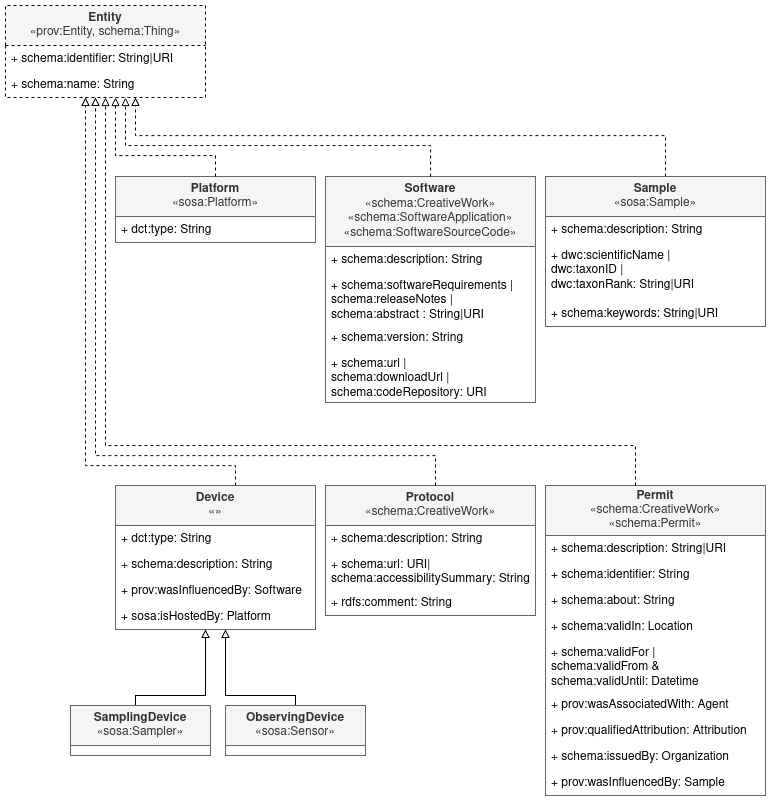
vliz-be-opsci/embrc-prov-model keeps this draw.io diagram as implementations/RDF/diagrams/entity_classes_RDFimplementation.png. Above is the earlier version. Source tidied: cells renumbered, new cells last; positions are measured from the earlier drawing's top-left corner, leaving out a move shared by most shapes. Its diagram source:
```xml
<mxGraphModel>
  <root>
    <mxCell id="0" />
    <mxCell id="1" parent="0" />
    <mxCell id="2" value="&lt;div&gt;Entity&lt;/div&gt;&lt;div&gt;&lt;span style=&quot;font-weight: normal;&quot;&gt;«prov:Entity, schema:Thing»&lt;/span&gt;&lt;/div&gt;" style="swimlane;fontStyle=1;horizontal=1;startSize=40;fillColor=#f5f5f5;whiteSpace=wrap;html=1;fontColor=#333333;strokeColor=#000000;dashed=1;" parent="1" vertex="1">
      <mxGeometry width="200" height="92" as="geometry" />
    </mxCell>
    <mxCell id="3" value="+ schema:identifier: String|URI" style="text;strokeColor=none;fillColor=none;align=left;verticalAlign=top;spacingLeft=4;spacingRight=4;overflow=hidden;whiteSpace=wrap;html=1;" parent="2" vertex="1">
      <mxGeometry y="40" width="200" height="26" as="geometry" />
    </mxCell>
    <mxCell id="4" value="+ schema:name: String" style="text;strokeColor=none;fillColor=none;align=left;verticalAlign=top;spacingLeft=4;spacingRight=4;overflow=hidden;whiteSpace=wrap;html=1;" parent="2" vertex="1">
      <mxGeometry y="66" width="200" height="26" as="geometry" />
    </mxCell>
    <mxCell id="5" value="&lt;div&gt;Platform&lt;/div&gt;&lt;span style=&quot;font-weight: normal;&quot;&gt;«sosa:Platform&lt;/span&gt;&lt;span style=&quot;font-weight: normal;&quot;&gt;»&lt;/span&gt;" style="swimlane;fontStyle=1;horizontal=1;startSize=40;fillColor=#f5f5f5;whiteSpace=wrap;html=1;strokeColor=#666666;fontColor=#333333;" parent="1" vertex="1">
      <mxGeometry x="110" y="171" width="200" height="66" as="geometry" />
    </mxCell>
    <mxCell id="6" value="+ dct:type: String" style="text;strokeColor=none;fillColor=none;align=left;verticalAlign=top;spacingLeft=4;spacingRight=4;overflow=hidden;whiteSpace=wrap;html=1;" parent="5" vertex="1">
      <mxGeometry y="40" width="200" height="26" as="geometry" />
    </mxCell>
    <mxCell id="7" value="&lt;div&gt;Software&lt;/div&gt;&lt;div&gt;&lt;span style=&quot;font-weight: normal;&quot;&gt;«schema:CreativeWork&lt;/span&gt;&lt;span style=&quot;font-weight: normal;&quot;&gt;»&lt;/span&gt;&lt;/div&gt;&lt;div&gt;&lt;span style=&quot;font-weight: normal;&quot;&gt;«schema:SoftwareApplication&lt;/span&gt;&lt;span style=&quot;font-weight: normal;&quot;&gt;»&lt;/span&gt;&lt;/div&gt;&lt;div&gt;&lt;span style=&quot;font-weight: normal;&quot;&gt;«schema:SoftwareSourceCode&lt;/span&gt;&lt;span style=&quot;font-weight: normal;&quot;&gt;»&lt;/span&gt;&lt;/div&gt;" style="swimlane;fontStyle=1;horizontal=1;startSize=70;fillColor=#f5f5f5;whiteSpace=wrap;html=1;strokeColor=#666666;fontColor=#333333;" parent="1" vertex="1">
      <mxGeometry x="320" y="171" width="210" height="226" as="geometry" />
    </mxCell>
    <mxCell id="8" value="+ schema:description: String" style="text;strokeColor=none;fillColor=none;align=left;verticalAlign=top;spacingLeft=4;spacingRight=4;overflow=hidden;whiteSpace=wrap;html=1;" parent="7" vertex="1">
      <mxGeometry y="70" width="210" height="26" as="geometry" />
    </mxCell>
    <mxCell id="9" value="+&amp;nbsp;schema:softwareRequirements | schema:releaseNotes | schema:abstract : String|URI" style="text;strokeColor=none;fillColor=none;align=left;verticalAlign=top;spacingLeft=4;spacingRight=4;overflow=hidden;whiteSpace=wrap;html=1;" parent="7" vertex="1">
      <mxGeometry y="96" width="210" height="52" as="geometry" />
    </mxCell>
    <mxCell id="10" value="+ schema:version: String" style="text;strokeColor=none;fillColor=none;align=left;verticalAlign=top;spacingLeft=4;spacingRight=4;overflow=hidden;whiteSpace=wrap;html=1;" parent="7" vertex="1">
      <mxGeometry y="148" width="210" height="26" as="geometry" />
    </mxCell>
    <mxCell id="11" value="+&amp;nbsp;schema:url |&lt;br&gt;schema:downloadUrl |&lt;br&gt;schema:codeRepository: URI" style="text;strokeColor=none;fillColor=none;align=left;verticalAlign=top;spacingLeft=4;spacingRight=4;overflow=hidden;whiteSpace=wrap;html=1;" parent="7" vertex="1">
      <mxGeometry y="174" width="210" height="52" as="geometry" />
    </mxCell>
    <mxCell id="12" style="edgeStyle=orthogonalEdgeStyle;rounded=0;jettySize=auto;html=1;endArrow=block;endFill=0;dashed=1;" parent="1" edge="1" source="13" target="2">
      <mxGeometry relative="1" as="geometry">
        <Array as="points">
          <mxPoint x="660" y="130" />
          <mxPoint x="130" y="130" />
        </Array>
      </mxGeometry>
    </mxCell>
    <mxCell id="13" value="&lt;div&gt;Sample&lt;/div&gt;&lt;span style=&quot;font-weight: normal;&quot;&gt;«sosa:Sample&lt;/span&gt;&lt;span style=&quot;font-weight: normal;&quot;&gt;»&lt;/span&gt;" style="swimlane;fontStyle=1;horizontal=1;startSize=40;fillColor=#f5f5f5;whiteSpace=wrap;html=1;strokeColor=#666666;fontColor=#333333;" parent="1" vertex="1">
      <mxGeometry x="540" y="171" width="220" height="150" as="geometry" />
    </mxCell>
    <mxCell id="14" value="+ schema:description: String" style="text;strokeColor=none;fillColor=none;align=left;verticalAlign=top;spacingLeft=4;spacingRight=4;overflow=hidden;whiteSpace=wrap;html=1;" parent="13" vertex="1">
      <mxGeometry y="40" width="220" height="26" as="geometry" />
    </mxCell>
    <mxCell id="15" value="+ dwc:scientificName |&lt;br&gt;dwc:taxonID | &lt;br&gt;dwc:taxonRank: String|URI" style="text;strokeColor=none;fillColor=none;align=left;verticalAlign=top;spacingLeft=4;spacingRight=4;overflow=hidden;whiteSpace=wrap;html=1;" parent="13" vertex="1">
      <mxGeometry y="66" width="220" height="58" as="geometry" />
    </mxCell>
    <mxCell id="16" value="+ schema:keywords: String|URI" style="text;strokeColor=none;fillColor=none;align=left;verticalAlign=top;spacingLeft=4;spacingRight=4;overflow=hidden;whiteSpace=wrap;html=1;" parent="13" vertex="1">
      <mxGeometry y="124" width="220" height="26" as="geometry" />
    </mxCell>
    <mxCell id="17" style="edgeStyle=orthogonalEdgeStyle;rounded=0;jettySize=auto;html=1;endArrow=block;endFill=0;dashed=1;" parent="1" edge="1" source="18" target="2">
      <mxGeometry relative="1" as="geometry">
        <Array as="points">
          <mxPoint x="230" y="460" />
          <mxPoint x="80" y="460" />
        </Array>
      </mxGeometry>
    </mxCell>
    <mxCell id="18" value="&lt;div&gt;Device&lt;/div&gt;&lt;span style=&quot;font-weight: normal;&quot;&gt;«&lt;/span&gt;&lt;span style=&quot;font-weight: normal;&quot;&gt;»&lt;/span&gt;" style="swimlane;fontStyle=1;horizontal=1;startSize=40;fillColor=#f5f5f5;whiteSpace=wrap;html=1;strokeColor=#666666;fontColor=#333333;" parent="1" vertex="1">
      <mxGeometry x="110" y="480" width="200" height="144" as="geometry" />
    </mxCell>
    <mxCell id="19" value="+ dct:type: String" style="text;strokeColor=none;fillColor=none;align=left;verticalAlign=top;spacingLeft=4;spacingRight=4;overflow=hidden;whiteSpace=wrap;html=1;" parent="18" vertex="1">
      <mxGeometry y="40" width="200" height="26" as="geometry" />
    </mxCell>
    <mxCell id="20" value="+ schema:description: String" style="text;strokeColor=none;fillColor=none;align=left;verticalAlign=top;spacingLeft=4;spacingRight=4;overflow=hidden;whiteSpace=wrap;html=1;" parent="18" vertex="1">
      <mxGeometry y="66" width="200" height="26" as="geometry" />
    </mxCell>
    <mxCell id="21" value="+ prov:wasInfluencedBy: Software" style="text;strokeColor=none;fillColor=none;align=left;verticalAlign=top;spacingLeft=4;spacingRight=4;overflow=hidden;whiteSpace=wrap;html=1;" parent="18" vertex="1">
      <mxGeometry y="92" width="200" height="26" as="geometry" />
    </mxCell>
    <mxCell id="22" value="+ sosa:isHostedBy: Platform" style="text;strokeColor=none;fillColor=none;align=left;verticalAlign=top;spacingLeft=4;spacingRight=4;overflow=hidden;whiteSpace=wrap;html=1;" parent="18" vertex="1">
      <mxGeometry y="118" width="200" height="26" as="geometry" />
    </mxCell>
    <mxCell id="23" style="edgeStyle=orthogonalEdgeStyle;rounded=0;jettySize=auto;html=1;endArrow=block;endFill=0;" parent="1" edge="1" source="24" target="18">
      <mxGeometry relative="1" as="geometry">
        <Array as="points">
          <mxPoint x="130" y="690" />
          <mxPoint x="200" y="690" />
        </Array>
      </mxGeometry>
    </mxCell>
    <mxCell id="24" value="&lt;div&gt;SamplingDevice&lt;/div&gt;&lt;span style=&quot;font-weight: normal;&quot;&gt;«&lt;/span&gt;&lt;span style=&quot;font-weight: normal;&quot;&gt;sosa:Sampler»&lt;/span&gt;" style="swimlane;fontStyle=1;horizontal=1;startSize=40;fillColor=#f5f5f5;whiteSpace=wrap;html=1;strokeColor=#666666;fontColor=#333333;" parent="1" vertex="1">
      <mxGeometry x="65" y="700" width="140" height="50" as="geometry" />
    </mxCell>
    <mxCell id="25" style="edgeStyle=orthogonalEdgeStyle;rounded=0;jettySize=auto;html=1;endArrow=block;endFill=0;" parent="1" edge="1" source="26" target="18">
      <mxGeometry relative="1" as="geometry">
        <Array as="points">
          <mxPoint x="290" y="690" />
          <mxPoint x="220" y="690" />
        </Array>
      </mxGeometry>
    </mxCell>
    <mxCell id="26" value="&lt;div&gt;ObservingDevice&lt;/div&gt;&lt;span style=&quot;font-weight: normal;&quot;&gt;«&lt;/span&gt;&lt;span style=&quot;font-weight: normal;&quot;&gt;sosa:Sensor»&lt;/span&gt;" style="swimlane;fontStyle=1;horizontal=1;startSize=40;fillColor=#f5f5f5;whiteSpace=wrap;html=1;strokeColor=#666666;fontColor=#333333;" parent="1" vertex="1">
      <mxGeometry x="220" y="700" width="140" height="50" as="geometry" />
    </mxCell>
    <mxCell id="27" value="&lt;div&gt;Protocol&lt;/div&gt;&lt;span style=&quot;font-weight: normal;&quot;&gt;«&lt;/span&gt;&lt;span style=&quot;font-weight: normal;&quot;&gt;schema:CreativeWork»&lt;/span&gt;" style="swimlane;fontStyle=1;horizontal=1;startSize=40;fillColor=#f5f5f5;whiteSpace=wrap;html=1;strokeColor=#666666;fontColor=#333333;" parent="1" vertex="1">
      <mxGeometry x="320" y="480" width="210" height="130" as="geometry" />
    </mxCell>
    <mxCell id="28" value="+ schema:description: String" style="text;strokeColor=none;fillColor=none;align=left;verticalAlign=top;spacingLeft=4;spacingRight=4;overflow=hidden;whiteSpace=wrap;html=1;" parent="27" vertex="1">
      <mxGeometry y="40" width="210" height="26" as="geometry" />
    </mxCell>
    <mxCell id="29" value="+ schema:url: URI| &lt;br&gt;schema:accessibilitySummary: String" style="text;strokeColor=none;fillColor=none;align=left;verticalAlign=top;spacingLeft=4;spacingRight=4;overflow=hidden;whiteSpace=wrap;html=1;" parent="27" vertex="1">
      <mxGeometry y="66" width="210" height="38" as="geometry" />
    </mxCell>
    <mxCell id="30" value="+ rdfs:comment: String" style="text;strokeColor=none;fillColor=none;align=left;verticalAlign=top;spacingLeft=4;spacingRight=4;overflow=hidden;whiteSpace=wrap;html=1;" parent="27" vertex="1">
      <mxGeometry y="104" width="210" height="26" as="geometry" />
    </mxCell>
    <mxCell id="31" value="&lt;div&gt;Permit&lt;/div&gt;&lt;div&gt;&lt;span style=&quot;font-weight: normal;&quot;&gt;«&lt;/span&gt;&lt;span style=&quot;font-weight: normal;&quot;&gt;schema:CreativeWork»&lt;/span&gt;&lt;/div&gt;&lt;div&gt;&lt;span style=&quot;font-weight: normal;&quot;&gt;«&lt;/span&gt;&lt;span style=&quot;font-weight: normal;&quot;&gt;schema:Permit»&lt;/span&gt;&lt;/div&gt;" style="swimlane;fontStyle=1;horizontal=1;startSize=50;fillColor=#f5f5f5;whiteSpace=wrap;html=1;strokeColor=#666666;fontColor=#333333;" parent="1" vertex="1">
      <mxGeometry x="540" y="480" width="220" height="310" as="geometry" />
    </mxCell>
    <mxCell id="32" value="+ schema:description: String|URI" style="text;strokeColor=none;fillColor=none;align=left;verticalAlign=top;spacingLeft=4;spacingRight=4;overflow=hidden;whiteSpace=wrap;html=1;" parent="31" vertex="1">
      <mxGeometry y="50" width="220" height="26" as="geometry" />
    </mxCell>
    <mxCell id="33" value="+ schema:identifier: String" style="text;strokeColor=none;fillColor=none;align=left;verticalAlign=top;spacingLeft=4;spacingRight=4;overflow=hidden;whiteSpace=wrap;html=1;" parent="31" vertex="1">
      <mxGeometry y="76" width="220" height="26" as="geometry" />
    </mxCell>
    <mxCell id="34" value="+ schema:about: String" style="text;strokeColor=none;fillColor=none;align=left;verticalAlign=top;spacingLeft=4;spacingRight=4;overflow=hidden;whiteSpace=wrap;html=1;" parent="31" vertex="1">
      <mxGeometry y="102" width="220" height="26" as="geometry" />
    </mxCell>
    <mxCell id="35" value="+ schema:validIn: Location" style="text;align=left;verticalAlign=top;spacingLeft=4;spacingRight=4;overflow=hidden;whiteSpace=wrap;html=1;" parent="31" vertex="1">
      <mxGeometry y="128" width="220" height="26" as="geometry" />
    </mxCell>
    <mxCell id="36" value="+ schema:validFor |&lt;br&gt;schema:validFrom &amp;amp; &lt;br&gt;schema:validUntil: Datetime" style="text;strokeColor=none;fillColor=none;align=left;verticalAlign=top;spacingLeft=4;spacingRight=4;overflow=hidden;whiteSpace=wrap;html=1;" parent="31" vertex="1">
      <mxGeometry y="154" width="220" height="52" as="geometry" />
    </mxCell>
    <mxCell id="37" value="+ prov:wasAssociatedWith: Agent" style="text;strokeColor=none;fillColor=none;align=left;verticalAlign=top;spacingLeft=4;spacingRight=4;overflow=hidden;whiteSpace=wrap;html=1;" parent="31" vertex="1">
      <mxGeometry y="206" width="220" height="26" as="geometry" />
    </mxCell>
    <mxCell id="38" value="+ prov:qualifiedAttribution: Attribution" style="text;strokeColor=none;fillColor=none;align=left;verticalAlign=top;spacingLeft=4;spacingRight=4;overflow=hidden;whiteSpace=wrap;html=1;" parent="31" vertex="1">
      <mxGeometry y="232" width="220" height="26" as="geometry" />
    </mxCell>
    <mxCell id="39" value="+ schema:issuedBy: Organization" style="text;strokeColor=none;fillColor=none;align=left;verticalAlign=top;spacingLeft=4;spacingRight=4;overflow=hidden;whiteSpace=wrap;html=1;" parent="31" vertex="1">
      <mxGeometry y="258" width="220" height="26" as="geometry" />
    </mxCell>
    <mxCell id="40" value="+ prov:wasInfluencedBy: Sample" style="text;strokeColor=none;fillColor=none;align=left;verticalAlign=top;spacingLeft=4;spacingRight=4;overflow=hidden;whiteSpace=wrap;html=1;" parent="31" vertex="1">
      <mxGeometry y="284" width="220" height="26" as="geometry" />
    </mxCell>
    <mxCell id="41" style="edgeStyle=orthogonalEdgeStyle;rounded=0;jettySize=auto;html=1;endArrow=block;endFill=0;dashed=1;" parent="1" edge="1" source="27" target="2">
      <mxGeometry relative="1" as="geometry">
        <Array as="points">
          <mxPoint x="430" y="450" />
          <mxPoint x="90" y="450" />
        </Array>
      </mxGeometry>
    </mxCell>
    <mxCell id="42" style="edgeStyle=orthogonalEdgeStyle;rounded=0;jettySize=auto;html=1;endArrow=block;endFill=0;dashed=1;" parent="1" edge="1" source="31" target="2">
      <mxGeometry relative="1" as="geometry">
        <Array as="points">
          <mxPoint x="630" y="440" />
          <mxPoint x="100" y="440" />
        </Array>
      </mxGeometry>
    </mxCell>
    <mxCell id="43" style="edgeStyle=orthogonalEdgeStyle;rounded=0;jettySize=auto;html=1;endArrow=block;endFill=0;dashed=1;" parent="1" edge="1" source="7" target="2">
      <mxGeometry relative="1" as="geometry">
        <Array as="points">
          <mxPoint x="425" y="140" />
          <mxPoint x="120" y="140" />
        </Array>
      </mxGeometry>
    </mxCell>
    <mxCell id="44" style="edgeStyle=orthogonalEdgeStyle;rounded=0;jettySize=auto;html=1;endArrow=block;endFill=0;dashed=1;" parent="1" edge="1" source="5" target="2">
      <mxGeometry relative="1" as="geometry">
        <Array as="points">
          <mxPoint x="210" y="150" />
          <mxPoint x="110" y="150" />
        </Array>
      </mxGeometry>
    </mxCell>
  </root>
</mxGraphModel>
```
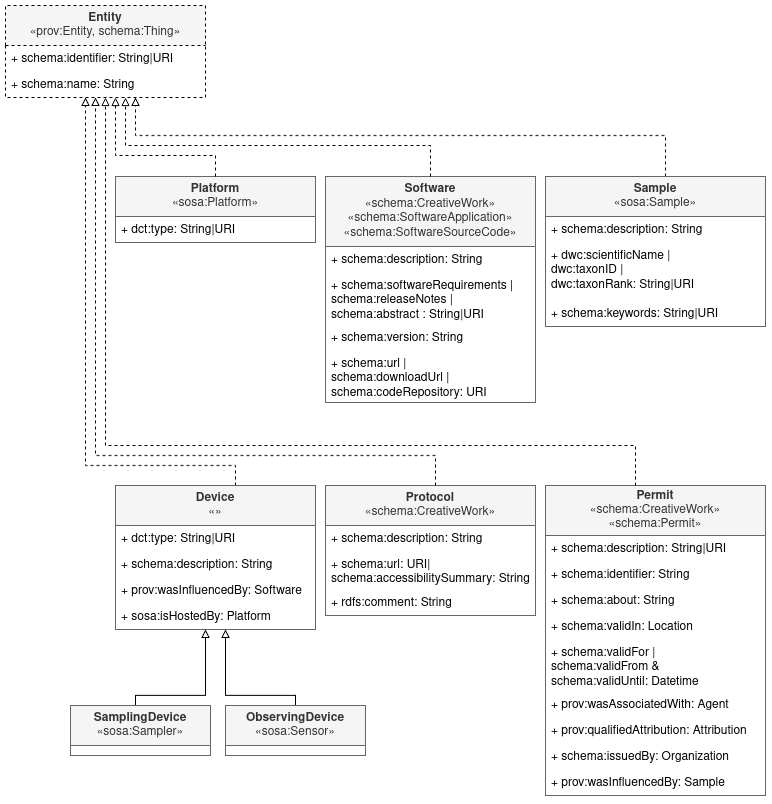
After the commit.

What changed in the source:
```diff
@@ -14,7 +14,7 @@
     <mxCell id="5" value="&lt;div&gt;Platform&lt;/div&gt;&lt;span style=&quot;font-weight: normal;&quot;&gt;«sosa:Platform&lt;/span&gt;&lt;span style=&quot;font-weight: normal;&quot;&gt;»&lt;/span&gt;" style="swimlane;fontStyle=1;horizontal=1;startSize=40;fillColor=#f5f5f5;whiteSpace=wrap;html=1;strokeColor=#666666;fontColor=#333333;" parent="1" vertex="1">
       <mxGeometry x="110" y="171" width="200" height="66" as="geometry" />
     </mxCell>
-    <mxCell id="6" value="+ dct:type: String" style="text;strokeColor=none;fillColor=none;align=left;verticalAlign=top;spacingLeft=4;spacingRight=4;overflow=hidden;whiteSpace=wrap;html=1;" parent="5" vertex="1">
+    <mxCell id="6" value="+ dct:type: String|URI" style="text;strokeColor=none;fillColor=none;align=left;verticalAlign=top;spacingLeft=4;spacingRight=4;overflow=hidden;whiteSpace=wrap;html=1;" parent="5" vertex="1">
       <mxGeometry y="40" width="200" height="26" as="geometry" />
     </mxCell>
     <mxCell id="7" value="&lt;div&gt;Software&lt;/div&gt;&lt;div&gt;&lt;span style=&quot;font-weight: normal;&quot;&gt;«schema:CreativeWork&lt;/span&gt;&lt;span style=&quot;font-weight: normal;&quot;&gt;»&lt;/span&gt;&lt;/div&gt;&lt;div&gt;&lt;span style=&quot;font-weight: normal;&quot;&gt;«schema:SoftwareApplication&lt;/span&gt;&lt;span style=&quot;font-weight: normal;&quot;&gt;»&lt;/span&gt;&lt;/div&gt;&lt;div&gt;&lt;span style=&quot;font-weight: normal;&quot;&gt;«schema:SoftwareSourceCode&lt;/span&gt;&lt;span style=&quot;font-weight: normal;&quot;&gt;»&lt;/span&gt;&lt;/div&gt;" style="swimlane;fontStyle=1;horizontal=1;startSize=70;fillColor=#f5f5f5;whiteSpace=wrap;html=1;strokeColor=#666666;fontColor=#333333;" parent="1" vertex="1">
@@ -63,7 +63,7 @@
     <mxCell id="18" value="&lt;div&gt;Device&lt;/div&gt;&lt;span style=&quot;font-weight: normal;&quot;&gt;«&lt;/span&gt;&lt;span style=&quot;font-weight: normal;&quot;&gt;»&lt;/span&gt;" style="swimlane;fontStyle=1;horizontal=1;startSize=40;fillColor=#f5f5f5;whiteSpace=wrap;html=1;strokeColor=#666666;fontColor=#333333;" parent="1" vertex="1">
       <mxGeometry x="110" y="480" width="200" height="144" as="geometry" />
     </mxCell>
-    <mxCell id="19" value="+ dct:type: String" style="text;strokeColor=none;fillColor=none;align=left;verticalAlign=top;spacingLeft=4;spacingRight=4;overflow=hidden;whiteSpace=wrap;html=1;" parent="18" vertex="1">
+    <mxCell id="19" value="+ dct:type: String|URI" style="text;strokeColor=none;fillColor=none;align=left;verticalAlign=top;spacingLeft=4;spacingRight=4;overflow=hidden;whiteSpace=wrap;html=1;" parent="18" vertex="1">
       <mxGeometry y="40" width="200" height="26" as="geometry" />
     </mxCell>
     <mxCell id="20" value="+ schema:description: String" style="text;strokeColor=none;fillColor=none;align=left;verticalAlign=top;spacingLeft=4;spacingRight=4;overflow=hidden;whiteSpace=wrap;html=1;" parent="18" vertex="1">
```
